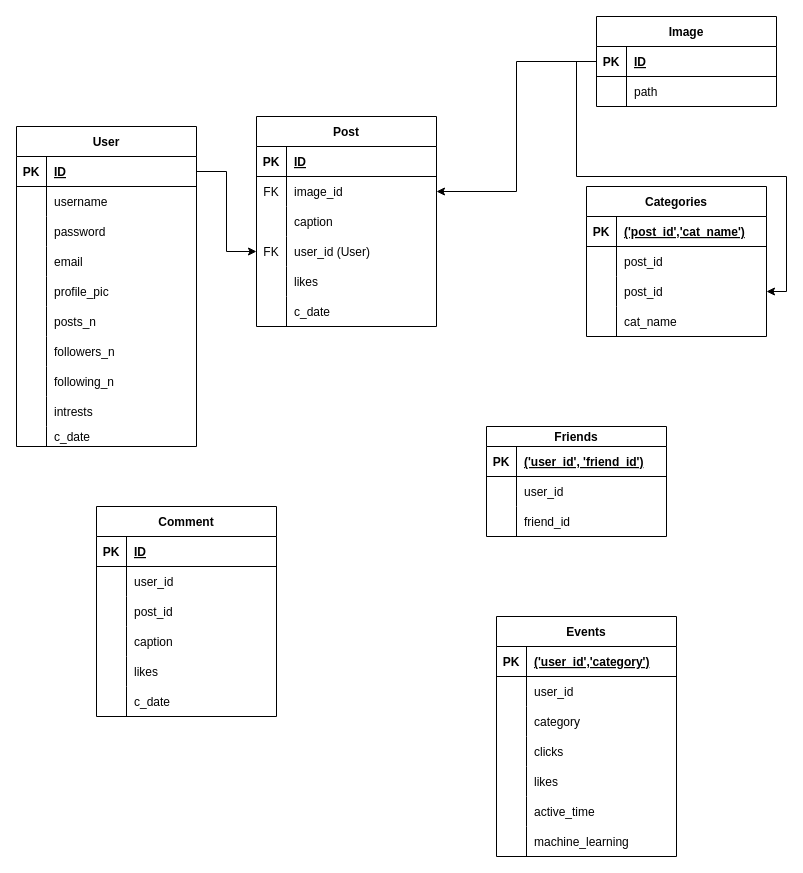
Above: docs/imgs/sociocode_db.drawio in itaykbn/cyber-senior-project (draw.io), before the change. Source tidied: cells renumbered, new cells numbered last; positions are measured from the earlier drawing's top-left corner, leaving out a move shared by most shapes. Both pictures are drawn from the tidied source at 100%, with x=0, y=0 at pixel (16, 16).
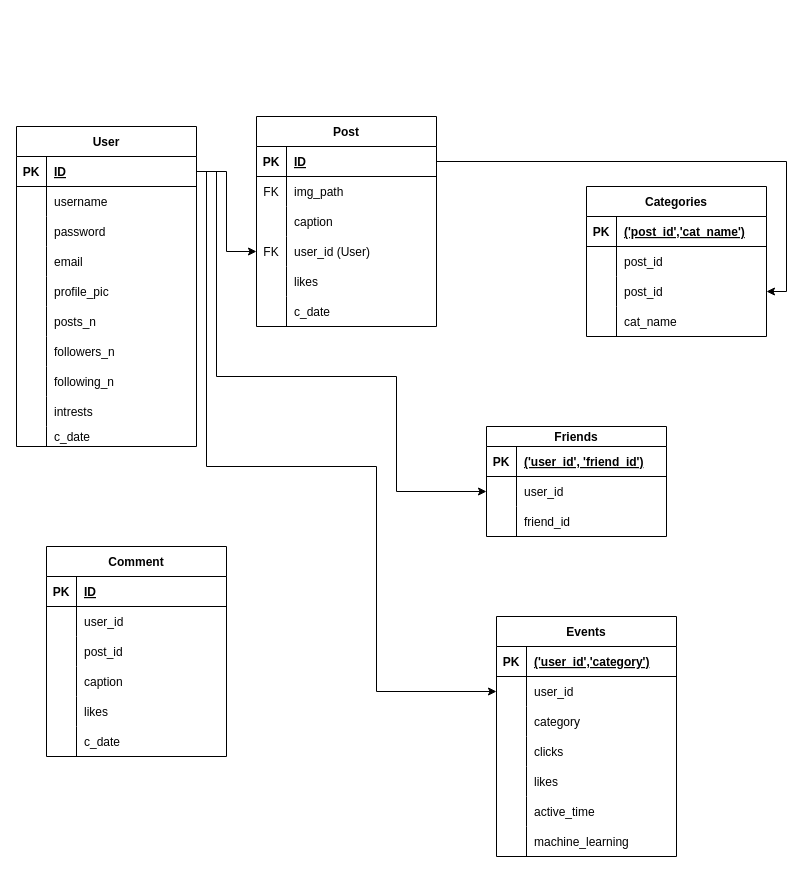
The same page after the edit.

Unchanged cells that the change refers to:
```xml
<mxCell id="3" style="shape=partialRectangle;fillColor=none;top=0;left=0;bottom=1;right=0;points=[[0,0.5],[1,0.5]];portConstraint=eastwest;" parent="2" vertex="1">
  <mxGeometry y="30" width="180" height="30" as="geometry" />
</mxCell>
<mxCell id="34" style="shape=partialRectangle;fillColor=none;top=0;left=0;bottom=1;right=0;points=[[0,0.5],[1,0.5]];portConstraint=eastwest;" parent="33" vertex="1">
  <mxGeometry y="30" width="180" height="30" as="geometry" />
</mxCell>
<mxCell id="37" style="shape=partialRectangle;fillColor=none;top=0;left=0;bottom=0;right=0;points=[[0,0.5],[1,0.5]];portConstraint=eastwest;" parent="33" vertex="1">
  <mxGeometry y="60" width="180" height="30" as="geometry" />
</mxCell>
<mxCell id="75" style="shape=partialRectangle;fillColor=none;top=0;left=0;bottom=0;right=0;points=[[0,0.5],[1,0.5]];portConstraint=eastwest;" parent="71" vertex="1">
  <mxGeometry y="50" width="180" height="30" as="geometry" />
</mxCell>
<mxCell id="86" style="shape=partialRectangle;fillColor=none;top=0;left=0;bottom=0;right=0;points=[[0,0.5],[1,0.5]];portConstraint=eastwest;" parent="82" vertex="1">
  <mxGeometry y="60" width="180" height="30" as="geometry" />
</mxCell>
<mxCell id="111" style="shape=partialRectangle;fillColor=none;top=0;left=0;bottom=0;right=0;points=[[0,0.5],[1,0.5]];portConstraint=eastwest;" parent="104" vertex="1">
  <mxGeometry y="90" width="180" height="30" as="geometry" />
</mxCell>
```

Change to the diagram source:
```diff
@@
-    <mxCell id="39" value="image_id" style="shape=partialRectangle;fillColor=none;top=0;left=0;bottom=0;right=0;align=left;spacingLeft=6;overflow=hidden;" parent="37" vertex="1">
+    <mxCell id="39" value="img_path" style="shape=partialRectangle;fillColor=none;top=0;left=0;bottom=0;right=0;align=left;spacingLeft=6;overflow=hidden;" parent="37" vertex="1">
       <mxGeometry x="30" width="150" height="30" as="geometry" />
     </mxCell>
@@
     <mxCell id="52" value="Comment" style="shape=table;startSize=30;childLayout=tableLayout;rowLines=0;fontStyle=1;align=center;" parent="1" vertex="1">
-      <mxGeometry x="80" y="490" width="180" height="210" as="geometry" />
+      <mxGeometry x="30" y="530" width="180" height="210" as="geometry" />
     </mxCell>
@@
-    <mxCell id="117" value="Image" style="shape=table;startSize=30;childLayout=tableLayout;rowLines=0;fontStyle=1;align=center;" parent="1" vertex="1">
-      <mxGeometry x="580" width="180" height="90" as="geometry" />
-    </mxCell>
-    <mxCell id="118" style="shape=partialRectangle;fillColor=none;top=0;left=0;bottom=1;right=0;points=[[0,0.5],[1,0.5]];portConstraint=eastwest;" parent="117" vertex="1">
-      <mxGeometry y="30" width="180" height="30" as="geometry" />
-    </mxCell>
-    <mxCell id="119" value="PK" style="shape=partialRectangle;fillColor=none;top=0;left=0;bottom=0;right=0;fontStyle=1;overflow=hidden;" parent="118" vertex="1">
-      <mxGeometry width="30" height="30" as="geometry" />
-    </mxCell>
-    <mxCell id="120" value="ID" style="shape=partialRectangle;fillColor=none;top=0;left=0;bottom=0;right=0;align=left;spacingLeft=6;fontStyle=5;overflow=hidden;" parent="118" vertex="1">
-      <mxGeometry x="30" width="150" height="30" as="geometry" />
-    </mxCell>
-    <mxCell id="121" style="shape=partialRectangle;fillColor=none;top=0;left=0;bottom=0;right=0;" parent="117" vertex="1">
-      <mxGeometry y="60" width="180" height="30" as="geometry" />
-    </mxCell>
-    <mxCell id="122" style="shape=partialRectangle;fillColor=none;top=0;left=0;bottom=0;right=0;overflow=hidden;" parent="121" vertex="1">
-      <mxGeometry width="30" height="30" as="geometry" />
-    </mxCell>
-    <mxCell id="123" value="path" style="shape=partialRectangle;fillColor=none;top=0;left=0;bottom=0;right=0;align=left;spacingLeft=6;overflow=hidden;" parent="121" vertex="1">
-      <mxGeometry x="30" width="150" height="30" as="geometry" />
-    </mxCell>
-    <mxCell id="124" style="edgeStyle=orthogonalEdgeStyle;rounded=0;jettySize=auto;html=1;exitX=0;exitY=0.5;exitDx=0;exitDy=0;entryX=1;entryY=0.5;entryDx=0;entryDy=0;" parent="1" edge="1" source="118" target="111">
+    <mxCell id="124" style="edgeStyle=orthogonalEdgeStyle;rounded=0;jettySize=auto;html=1;exitX=1;exitY=0.5;exitDx=0;exitDy=0;entryX=1;entryY=0.5;entryDx=0;entryDy=0;" parent="1" edge="1" source="34" target="111">
       <mxGeometry relative="1" as="geometry" />
     </mxCell>
-    <mxCell id="125" style="edgeStyle=orthogonalEdgeStyle;rounded=0;jettySize=auto;html=1;entryX=1;entryY=0.5;entryDx=0;entryDy=0;" parent="1" edge="1" source="118" target="37">
-      <mxGeometry relative="1" as="geometry" />
-    </mxCell>
+    <mxCell id="126" style="edgeStyle=orthogonalEdgeStyle;rounded=0;jettySize=auto;html=1;exitX=1;exitY=0.5;exitDx=0;exitDy=0;entryX=0;entryY=0.5;entryDx=0;entryDy=0;" parent="1" edge="1" source="3" target="75">
+      <mxGeometry relative="1" as="geometry">
+        <Array as="points">
+          <mxPoint x="200" y="155" />
+          <mxPoint x="200" y="360" />
+          <mxPoint x="380" y="360" />
+          <mxPoint x="380" y="475" />
+        </Array>
+      </mxGeometry>
+    </mxCell>
+    <mxCell id="127" style="edgeStyle=orthogonalEdgeStyle;rounded=0;jettySize=auto;html=1;exitX=1;exitY=0.5;exitDx=0;exitDy=0;entryX=0;entryY=0.5;entryDx=0;entryDy=0;" parent="1" edge="1" source="3" target="86">
+      <mxGeometry relative="1" as="geometry">
+        <Array as="points">
+          <mxPoint x="190" y="155" />
+          <mxPoint x="190" y="450" />
+          <mxPoint x="360" y="450" />
+          <mxPoint x="360" y="675" />
+        </Array>
+      </mxGeometry>
+    </mxCell>
```
